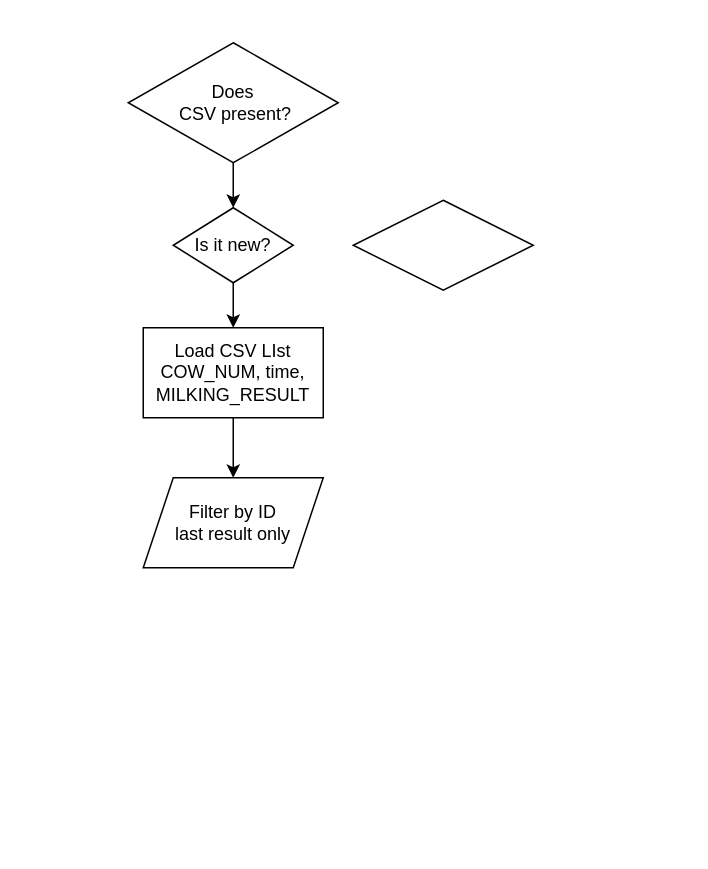
Above: page "TASKv1" (3 of 3) of KAI.drawio in megavad/Diagrams (draw.io), before the change. Source tidied: cells renumbered, new cells numbered last; positions are measured from the earlier drawing's top-left corner, leaving out a move shared by most shapes. Both pictures are drawn from the tidied source at 150%, with x=0, y=0 at pixel (128, 42).
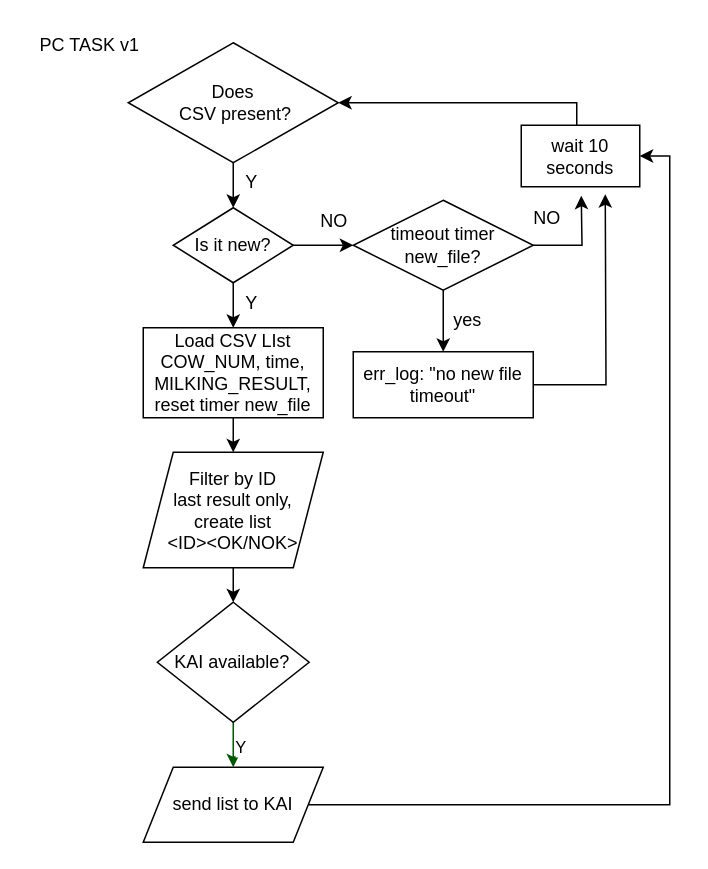
The same diagram, later.

Unchanged cells that the change refers to:
```xml
<mxCell id="6" value="Does&lt;div&gt;&amp;nbsp;CSV present?&lt;/div&gt;" style="rhombus;whiteSpace=wrap;html=1;" parent="1" vertex="1">
  <mxGeometry width="140" height="80" as="geometry" />
</mxCell>
<mxCell id="8" value="Is it new?" style="rhombus;whiteSpace=wrap;html=1;" parent="1" vertex="1">
  <mxGeometry x="30" y="110" width="80" height="50" as="geometry" />
</mxCell>
```

Change to the diagram source:
```diff
@@
-    <mxCell id="3" value="Load CSV LIst&lt;div&gt;COW_NUM, time, MILKING_RESULT&lt;/div&gt;" style="rounded=0;whiteSpace=wrap;html=1;" parent="1" vertex="1">
+    <mxCell id="3" value="Load CSV LIst&lt;div&gt;COW_NUM, time, MILKING_RESULT, reset timer &lt;span style=&quot;color: light-dark(rgb(0, 0, 0), rgb(51, 51, 255));&quot;&gt;new_file&lt;/span&gt;&lt;/div&gt;" style="rounded=0;whiteSpace=wrap;html=1;" parent="1" vertex="1">
       <mxGeometry x="10" y="190" width="120" height="60" as="geometry" />
     </mxCell>
+    <mxCell id="10" style="edgeStyle=orthogonalEdgeStyle;rounded=0;jettySize=auto;html=1;" parent="1" edge="1" source="4" target="30">
+      <mxGeometry relative="1" as="geometry" />
+    </mxCell>
-    <mxCell id="4" value="Filter by ID&lt;div&gt;last result only&lt;/div&gt;" style="shape=parallelogram;perimeter=parallelogramPerimeter;whiteSpace=wrap;html=1;fixedSize=1;" parent="1" vertex="1">
-      <mxGeometry x="10" y="290" width="120" height="60" as="geometry" />
+    <mxCell id="4" value="Filter by ID&lt;div&gt;last result only,&lt;/div&gt;&lt;div&gt;create list&lt;/div&gt;&lt;div&gt;&amp;lt;ID&amp;gt;&amp;lt;OK/NOK&amp;gt;&lt;/div&gt;" style="shape=parallelogram;perimeter=parallelogramPerimeter;whiteSpace=wrap;html=1;fixedSize=1;" parent="1" vertex="1">
+      <mxGeometry x="10" y="273" width="120" height="77" as="geometry" />
     </mxCell>
@@
+    <mxCell id="11" style="edgeStyle=orthogonalEdgeStyle;rounded=0;jettySize=auto;html=1;" parent="1" edge="1" source="8" target="9">
+      <mxGeometry relative="1" as="geometry" />
+    </mxCell>
@@
+    <mxCell id="12" style="edgeStyle=orthogonalEdgeStyle;rounded=0;jettySize=auto;html=1;" parent="1" edge="1" source="9">
+      <mxGeometry relative="1" as="geometry">
+        <mxPoint x="302" y="102" as="targetPoint" />
+      </mxGeometry>
+    </mxCell>
+    <mxCell id="13" style="edgeStyle=orthogonalEdgeStyle;rounded=0;jettySize=auto;html=1;entryX=0.5;entryY=0;entryDx=0;entryDy=0;" parent="1" edge="1" source="9" target="20">
+      <mxGeometry relative="1" as="geometry" />
+    </mxCell>
-    <mxCell id="9" style="rhombus;whiteSpace=wrap;html=1;" parent="1" vertex="1">
+    <mxCell id="9" value="timeout timer &lt;span style=&quot;color: light-dark(rgb(0, 0, 0), rgb(51, 51, 255));&quot;&gt;new_file&lt;/span&gt;?" style="rhombus;whiteSpace=wrap;html=1;" parent="1" vertex="1">
       <mxGeometry x="150" y="105" width="120" height="60" as="geometry" />
     </mxCell>
+    <mxCell id="14" value="Y" style="text;html=1;align=center;verticalAlign=middle;strokeColor=none;fillColor=none;" parent="1" vertex="1">
+      <mxGeometry x="69" y="161" width="26" height="26" as="geometry" />
+    </mxCell>
+    <mxCell id="15" value="NO" style="text;html=1;align=center;verticalAlign=middle;strokeColor=none;fillColor=none;" parent="1" vertex="1">
+      <mxGeometry x="119" y="106" width="36" height="26" as="geometry" />
+    </mxCell>
+    <mxCell id="16" style="edgeStyle=orthogonalEdgeStyle;rounded=0;jettySize=auto;html=1;entryX=1;entryY=0.5;entryDx=0;entryDy=0;" parent="1" edge="1" source="17" target="6">
+      <mxGeometry relative="1" as="geometry">
+        <Array as="points">
+          <mxPoint x="299" y="73" />
+          <mxPoint x="299" y="40" />
+        </Array>
+      </mxGeometry>
+    </mxCell>
+    <mxCell id="17" value="wait 10 seconds" style="rounded=0;whiteSpace=wrap;html=1;" parent="1" vertex="1">
+      <mxGeometry x="262" y="55" width="79" height="41" as="geometry" />
+    </mxCell>
+    <mxCell id="18" value="NO" style="text;html=1;align=center;verticalAlign=middle;strokeColor=none;fillColor=none;" parent="1" vertex="1">
+      <mxGeometry x="261" y="104" width="36" height="26" as="geometry" />
+    </mxCell>
+    <mxCell id="19" style="edgeStyle=orthogonalEdgeStyle;rounded=0;jettySize=auto;html=1;" parent="1" edge="1" source="20">
+      <mxGeometry relative="1" as="geometry">
+        <mxPoint x="318" y="101" as="targetPoint" />
+      </mxGeometry>
+    </mxCell>
+    <mxCell id="20" value="err_log: &quot;no new file timeout&quot;" style="rounded=0;whiteSpace=wrap;html=1;" parent="1" vertex="1">
+      <mxGeometry x="150" y="206" width="120" height="44" as="geometry" />
+    </mxCell>
+    <mxCell id="21" style="edgeStyle=orthogonalEdgeStyle;rounded=0;orthogonalLoop=1;jettySize=auto;html=1;exitX=0.5;exitY=1;exitDx=0;exitDy=0;" parent="1" edge="1" source="20" target="20">
+      <mxGeometry relative="1" as="geometry" />
+    </mxCell>
+    <mxCell id="22" style="edgeStyle=orthogonalEdgeStyle;rounded=0;orthogonalLoop=1;jettySize=auto;html=1;exitX=0.5;exitY=1;exitDx=0;exitDy=0;" parent="1" edge="1" source="20" target="20">
+      <mxGeometry relative="1" as="geometry" />
+    </mxCell>
+    <mxCell id="23" value="PC TASK v1" style="text;html=1;align=center;verticalAlign=middle;strokeColor=none;fillColor=none;" parent="1" vertex="1">
+      <mxGeometry x="-68" y="-11" width="84" height="26" as="geometry" />
+    </mxCell>
+    <mxCell id="24" value="yes" style="text;html=1;align=center;verticalAlign=middle;strokeColor=none;fillColor=none;" parent="1" vertex="1">
+      <mxGeometry x="207" y="172" width="37" height="26" as="geometry" />
+    </mxCell>
+    <mxCell id="25" value="Y" style="text;html=1;align=center;verticalAlign=middle;strokeColor=none;fillColor=none;" parent="1" vertex="1">
+      <mxGeometry x="69" y="80" width="26" height="26" as="geometry" />
+    </mxCell>
+    <mxCell id="26" style="edgeStyle=orthogonalEdgeStyle;rounded=0;jettySize=auto;html=1;entryX=1;entryY=0.5;entryDx=0;entryDy=0;" parent="1" edge="1" source="27" target="17">
+      <mxGeometry relative="1" as="geometry" />
+    </mxCell>
+    <mxCell id="27" value="send list to KAI" style="shape=parallelogram;perimeter=parallelogramPerimeter;whiteSpace=wrap;html=1;fixedSize=1;" parent="1" vertex="1">
+      <mxGeometry x="10" y="483" width="120" height="50" as="geometry" />
+    </mxCell>
+    <mxCell id="28" style="edgeStyle=orthogonalEdgeStyle;rounded=0;jettySize=auto;html=1;fillColor=#008a00;strokeColor=#005700;" parent="1" edge="1" source="30" target="27">
+      <mxGeometry relative="1" as="geometry" />
+    </mxCell>
+    <mxCell id="29" value="Y" style="edgeLabel;html=1;align=center;verticalAlign=middle;" parent="28" vertex="1">
+      <mxGeometry x="-0.46" y="3" relative="1" as="geometry">
+        <mxPoint x="1" y="2" as="offset" />
+      </mxGeometry>
+    </mxCell>
+    <mxCell id="30" value="KAI available?" style="rhombus;whiteSpace=wrap;html=1;" parent="1" vertex="1">
+      <mxGeometry x="19.4" y="373" width="101.2" height="80" as="geometry" />
+    </mxCell>
```
